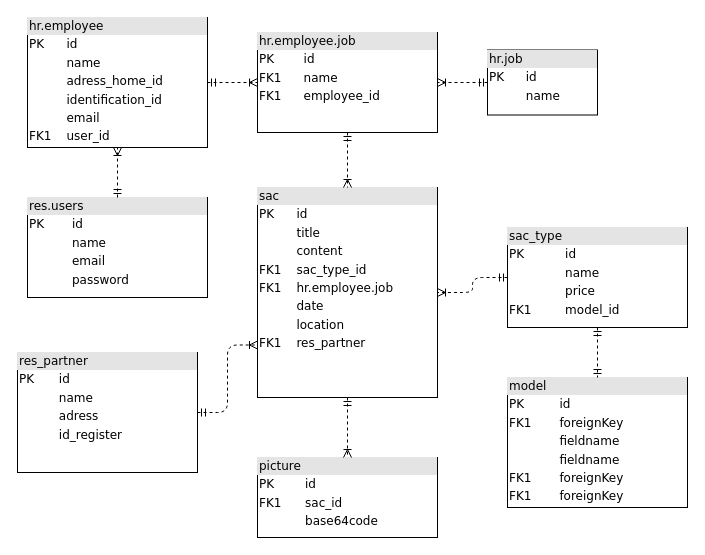
Above: Diagrams/odoo_db.drawio in 16050/sac_mobile (draw.io), before the change. Source tidied: cells renumbered, new cells numbered last; positions are measured from the earlier drawing's top-left corner, leaving out a move shared by most shapes. Both pictures are drawn from the tidied source at 100%, with x=0, y=0 at pixel (17, 17).
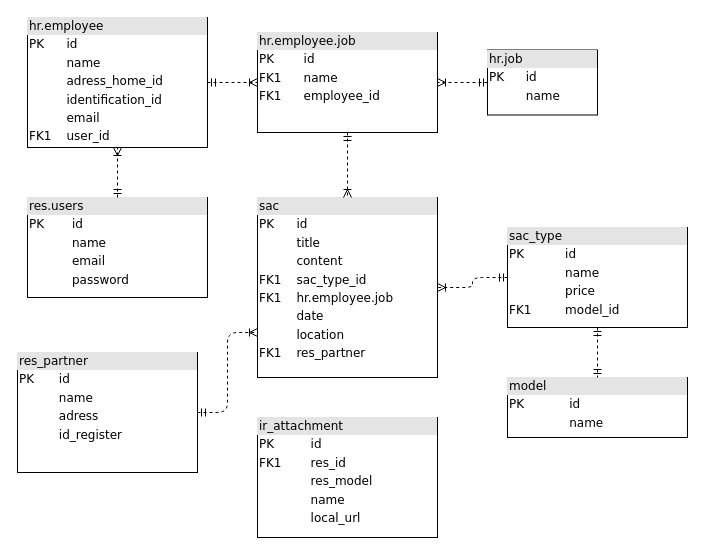
The same diagram, later.

Diff of the diagram source:
```diff
@@
 <mxGraphModel background="#ffffff">
   <root>
     <mxCell id="0" />
     <mxCell id="1" parent="0" />
-    <mxCell id="2" value="&lt;div style=&quot;box-sizing: border-box ; width: 100% ; background: #e4e4e4 ; padding: 2px&quot;&gt;model&lt;/div&gt;&lt;table style=&quot;width: 100% ; font-size: 1em&quot; cellspacing=&quot;0&quot; cellpadding=&quot;2&quot;&gt;&lt;tbody&gt;&lt;tr&gt;&lt;td&gt;PK&lt;/td&gt;&lt;td&gt;id&lt;/td&gt;&lt;/tr&gt;&lt;tr&gt;&lt;td&gt;FK1&lt;/td&gt;&lt;td&gt;foreignKey&lt;/td&gt;&lt;/tr&gt;&lt;tr&gt;&lt;td&gt;&lt;br&gt;&lt;/td&gt;&lt;td&gt;fieldname&lt;/td&gt;&lt;/tr&gt;&lt;tr&gt;&lt;td&gt;&lt;br&gt;&lt;/td&gt;&lt;td&gt;fieldname&lt;br&gt;&lt;/td&gt;&lt;/tr&gt;&lt;tr&gt;&lt;td&gt;FK1&lt;br&gt;&lt;/td&gt;&lt;td&gt;foreignKey&lt;br&gt;&lt;/td&gt;&lt;/tr&gt;&lt;tr&gt;&lt;td&gt;FK1&lt;br&gt;&lt;/td&gt;&lt;td&gt;foreignKey&lt;br&gt;&lt;/td&gt;&lt;/tr&gt;&lt;/tbody&gt;&lt;/table&gt;" style="verticalAlign=top;align=left;overflow=fill;html=1;rounded=0;shadow=0;comic=0;labelBackgroundColor=none;strokeWidth=1;fontFamily=Verdana;fontSize=12;" parent="1" vertex="1">
-      <mxGeometry x="490" y="360" width="180" height="130" as="geometry" />
+    <mxCell id="2" value="&lt;div style=&quot;box-sizing: border-box ; width: 100% ; background: #e4e4e4 ; padding: 2px&quot;&gt;model&lt;/div&gt;&lt;table style=&quot;width: 100% ; font-size: 1em&quot; cellspacing=&quot;0&quot; cellpadding=&quot;2&quot;&gt;&lt;tbody&gt;&lt;tr&gt;&lt;td&gt;PK&lt;/td&gt;&lt;td&gt;id&lt;/td&gt;&lt;/tr&gt;&lt;tr&gt;&lt;td&gt;&lt;br&gt;&lt;/td&gt;&lt;td&gt;name&lt;/td&gt;&lt;/tr&gt;&lt;tr&gt;&lt;td&gt;&lt;br&gt;&lt;/td&gt;&lt;td&gt;&lt;br&gt;&lt;/td&gt;&lt;/tr&gt;&lt;tr&gt;&lt;td&gt;&lt;br&gt;&lt;/td&gt;&lt;td&gt;&lt;br&gt;&lt;/td&gt;&lt;/tr&gt;&lt;tr&gt;&lt;td&gt;&lt;br&gt;&lt;/td&gt;&lt;td&gt;&lt;br&gt;&lt;/td&gt;&lt;/tr&gt;&lt;tr&gt;&lt;td&gt;&lt;br&gt;&lt;/td&gt;&lt;td&gt;&lt;br&gt;&lt;/td&gt;&lt;/tr&gt;&lt;/tbody&gt;&lt;/table&gt;" style="verticalAlign=top;align=left;overflow=fill;html=1;rounded=0;shadow=0;comic=0;labelBackgroundColor=none;strokeWidth=1;fontFamily=Verdana;fontSize=12;" parent="1" vertex="1">
+      <mxGeometry x="490" y="360" width="180" height="60" as="geometry" />
     </mxCell>
     <mxCell id="3" value="&lt;div style=&quot;box-sizing: border-box ; width: 100% ; background: #e4e4e4 ; padding: 2px&quot;&gt;res_partner&lt;/div&gt;&lt;table style=&quot;width: 100% ; font-size: 1em&quot; cellspacing=&quot;0&quot; cellpadding=&quot;2&quot;&gt;&lt;tbody&gt;&lt;tr&gt;&lt;td&gt;PK&lt;/td&gt;&lt;td&gt;id&lt;/td&gt;&lt;/tr&gt;&lt;tr&gt;&lt;td&gt;&lt;br&gt;&lt;/td&gt;&lt;td&gt;name&lt;/td&gt;&lt;/tr&gt;&lt;tr&gt;&lt;td&gt;&lt;br&gt;&lt;/td&gt;&lt;td&gt;adress&lt;/td&gt;&lt;/tr&gt;&lt;tr&gt;&lt;td&gt;&lt;br&gt;&lt;/td&gt;&lt;td&gt;id_register&lt;br&gt;&lt;/td&gt;&lt;/tr&gt;&lt;tr&gt;&lt;td&gt;&lt;br&gt;&lt;/td&gt;&lt;td&gt;&lt;br&gt;&lt;/td&gt;&lt;/tr&gt;&lt;tr&gt;&lt;td&gt;&lt;br&gt;&lt;/td&gt;&lt;td&gt;&lt;br&gt;&lt;/td&gt;&lt;/tr&gt;&lt;tr&gt;&lt;td&gt;&lt;br&gt;&lt;/td&gt;&lt;td&gt;&lt;br&gt;&lt;/td&gt;&lt;/tr&gt;&lt;tr&gt;&lt;td&gt;&lt;br&gt;&lt;/td&gt;&lt;td&gt;&lt;br&gt;&lt;/td&gt;&lt;/tr&gt;&lt;tr&gt;&lt;td&gt;&lt;br&gt;&lt;/td&gt;&lt;td&gt;&lt;br&gt;&lt;/td&gt;&lt;/tr&gt;&lt;tr&gt;&lt;td&gt;&lt;br&gt;&lt;/td&gt;&lt;td&gt;&lt;br&gt;&lt;/td&gt;&lt;/tr&gt;&lt;tr&gt;&lt;td&gt;&lt;br&gt;&lt;/td&gt;&lt;td&gt;&lt;br&gt;&lt;/td&gt;&lt;/tr&gt;&lt;tr&gt;&lt;td&gt;&lt;br&gt;&lt;/td&gt;&lt;td&gt;&lt;br&gt;&lt;/td&gt;&lt;/tr&gt;&lt;tr&gt;&lt;td&gt;&lt;br&gt;&lt;/td&gt;&lt;td&gt;&lt;br&gt;&lt;/td&gt;&lt;/tr&gt;&lt;tr&gt;&lt;td&gt;&lt;br&gt;&lt;/td&gt;&lt;td&gt;&lt;br&gt;&lt;/td&gt;&lt;/tr&gt;&lt;tr&gt;&lt;td&gt;&lt;br&gt;&lt;/td&gt;&lt;td&gt;&lt;br&gt;&lt;/td&gt;&lt;/tr&gt;&lt;tr&gt;&lt;td&gt;&lt;br&gt;&lt;/td&gt;&lt;td&gt;&lt;br&gt;&lt;/td&gt;&lt;/tr&gt;&lt;tr&gt;&lt;td&gt;&lt;br&gt;&lt;/td&gt;&lt;td&gt;&lt;br&gt;&lt;/td&gt;&lt;/tr&gt;&lt;/tbody&gt;&lt;/table&gt;" style="verticalAlign=top;align=left;overflow=fill;html=1;rounded=0;shadow=0;comic=0;labelBackgroundColor=none;strokeWidth=1;fontFamily=Verdana;fontSize=12;" parent="1" vertex="1">
       <mxGeometry y="335" width="180" height="120" as="geometry" />
     </mxCell>
-    <mxCell id="4" value="&lt;div style=&quot;box-sizing: border-box ; width: 100% ; background: #e4e4e4 ; padding: 2px&quot;&gt;picture&lt;br&gt;&lt;/div&gt;&lt;table style=&quot;width: 100% ; font-size: 1em&quot; cellspacing=&quot;0&quot; cellpadding=&quot;2&quot;&gt;&lt;tbody&gt;&lt;tr&gt;&lt;td&gt;PK&lt;/td&gt;&lt;td&gt;id&lt;/td&gt;&lt;/tr&gt;&lt;tr&gt;&lt;td&gt;FK1&lt;/td&gt;&lt;td&gt;sac_id&lt;/td&gt;&lt;/tr&gt;&lt;tr&gt;&lt;td&gt;&lt;br&gt;&lt;/td&gt;&lt;td&gt;base64code&lt;/td&gt;&lt;/tr&gt;&lt;tr&gt;&lt;td&gt;&lt;br&gt;&lt;/td&gt;&lt;td&gt;&lt;br&gt;&lt;/td&gt;&lt;/tr&gt;&lt;tr&gt;&lt;td&gt;&lt;br&gt;&lt;/td&gt;&lt;td&gt;&lt;br&gt;&lt;/td&gt;&lt;/tr&gt;&lt;tr&gt;&lt;td&gt;&lt;br&gt;&lt;/td&gt;&lt;td&gt;&lt;br&gt;&lt;/td&gt;&lt;/tr&gt;&lt;/tbody&gt;&lt;/table&gt;" style="verticalAlign=top;align=left;overflow=fill;html=1;rounded=0;shadow=0;comic=0;labelBackgroundColor=none;strokeWidth=1;fontFamily=Verdana;fontSize=12;" parent="1" vertex="1">
-      <mxGeometry x="240" y="440" width="180" height="80" as="geometry" />
+    <mxCell id="4" value="&lt;div style=&quot;box-sizing: border-box ; width: 100% ; background: #e4e4e4 ; padding: 2px&quot;&gt;ir_attachment&lt;br&gt;&lt;/div&gt;&lt;table style=&quot;width: 100% ; font-size: 1em&quot; cellspacing=&quot;0&quot; cellpadding=&quot;2&quot;&gt;&lt;tbody&gt;&lt;tr&gt;&lt;td&gt;PK&lt;/td&gt;&lt;td&gt;id&lt;/td&gt;&lt;/tr&gt;&lt;tr&gt;&lt;td&gt;FK1&lt;/td&gt;&lt;td&gt;res_id&lt;/td&gt;&lt;/tr&gt;&lt;tr&gt;&lt;td&gt;&lt;br&gt;&lt;/td&gt;&lt;td&gt;res_model&lt;br&gt;&lt;/td&gt;&lt;/tr&gt;&lt;tr&gt;&lt;td&gt;&lt;br&gt;&lt;/td&gt;&lt;td&gt;name&lt;br&gt;&lt;/td&gt;&lt;/tr&gt;&lt;tr&gt;&lt;td&gt;&lt;br&gt;&lt;/td&gt;&lt;td&gt;local_url&lt;br&gt;&lt;/td&gt;&lt;/tr&gt;&lt;tr&gt;&lt;td&gt;&lt;br&gt;&lt;/td&gt;&lt;td&gt;&lt;br&gt;&lt;/td&gt;&lt;/tr&gt;&lt;/tbody&gt;&lt;/table&gt;" style="verticalAlign=top;align=left;overflow=fill;html=1;rounded=0;shadow=0;comic=0;labelBackgroundColor=none;strokeWidth=1;fontFamily=Verdana;fontSize=12;" parent="1" vertex="1">
+      <mxGeometry x="240" y="400" width="180" height="120" as="geometry" />
     </mxCell>
-    <mxCell id="5" style="edgeStyle=orthogonalEdgeStyle;html=1;dashed=1;labelBackgroundColor=none;startArrow=ERmandOne;endArrow=ERoneToMany;fontFamily=Verdana;fontSize=12;align=left;exitX=0.5;exitY=1;exitDx=0;exitDy=0;" parent="1" edge="1" source="6" target="4">
-      <mxGeometry relative="1" as="geometry" />
-    </mxCell>
     <mxCell id="6" value="&lt;div style=&quot;box-sizing: border-box ; width: 100% ; background: #e4e4e4 ; padding: 2px&quot;&gt;sac&lt;/div&gt;&lt;table style=&quot;width: 100% ; font-size: 1em&quot; cellspacing=&quot;0&quot; cellpadding=&quot;2&quot;&gt;&lt;tbody&gt;&lt;tr&gt;&lt;td&gt;PK&lt;/td&gt;&lt;td&gt;id&lt;/td&gt;&lt;/tr&gt;&lt;tr&gt;&lt;td&gt;&lt;br&gt;&lt;/td&gt;&lt;td&gt;title&lt;/td&gt;&lt;/tr&gt;&lt;tr&gt;&lt;td&gt;&lt;br&gt;&lt;/td&gt;&lt;td&gt;content&lt;br&gt;&lt;/td&gt;&lt;/tr&gt;&lt;tr&gt;&lt;td&gt;FK1&lt;br&gt;&lt;/td&gt;&lt;td&gt;sac_type_id&lt;br&gt;&lt;/td&gt;&lt;/tr&gt;&lt;tr&gt;&lt;td&gt;FK1&lt;/td&gt;&lt;td&gt;hr.employee.job&lt;br&gt;&lt;/td&gt;&lt;/tr&gt;&lt;tr&gt;&lt;td&gt;&lt;br&gt;&lt;/td&gt;&lt;td&gt;date&lt;br&gt;&lt;/td&gt;&lt;/tr&gt;&lt;tr&gt;&lt;td&gt;&lt;br&gt;&lt;/td&gt;&lt;td&gt;location&lt;br&gt;&lt;/td&gt;&lt;/tr&gt;&lt;tr&gt;&lt;td&gt;FK1&lt;br&gt;&lt;/td&gt;&lt;td&gt;res_partner&lt;br&gt;&lt;/td&gt;&lt;/tr&gt;&lt;tr&gt;&lt;td&gt;&lt;br&gt;&lt;/td&gt;&lt;td&gt;&lt;br&gt;&lt;/td&gt;&lt;/tr&gt;&lt;tr&gt;&lt;td&gt;&lt;br&gt;&lt;/td&gt;&lt;td&gt;&lt;br&gt;&lt;/td&gt;&lt;/tr&gt;&lt;tr&gt;&lt;td&gt;&lt;br&gt;&lt;/td&gt;&lt;td&gt;&lt;br&gt;&lt;/td&gt;&lt;/tr&gt;&lt;tr&gt;&lt;td&gt;&lt;br&gt;&lt;/td&gt;&lt;td&gt;&lt;br&gt;&lt;/td&gt;&lt;/tr&gt;&lt;tr&gt;&lt;td&gt;&lt;br&gt;&lt;/td&gt;&lt;td&gt;&lt;br&gt;&lt;/td&gt;&lt;/tr&gt;&lt;tr&gt;&lt;td&gt;&lt;br&gt;&lt;/td&gt;&lt;td&gt;&lt;br&gt;&lt;/td&gt;&lt;/tr&gt;&lt;tr&gt;&lt;td&gt;&lt;br&gt;&lt;/td&gt;&lt;td&gt;&lt;br&gt;&lt;/td&gt;&lt;/tr&gt;&lt;tr&gt;&lt;td&gt;&lt;br&gt;&lt;/td&gt;&lt;td&gt;&lt;br&gt;&lt;/td&gt;&lt;/tr&gt;&lt;tr&gt;&lt;td&gt;&lt;br&gt;&lt;/td&gt;&lt;td&gt;&lt;br&gt;&lt;/td&gt;&lt;/tr&gt;&lt;/tbody&gt;&lt;/table&gt;" style="verticalAlign=top;align=left;overflow=fill;html=1;rounded=0;shadow=0;comic=0;labelBackgroundColor=none;strokeWidth=1;fontFamily=Verdana;fontSize=12;" parent="1" vertex="1">
-      <mxGeometry x="240" y="170" width="180" height="210" as="geometry" />
+      <mxGeometry x="240" y="180" width="180" height="180" as="geometry" />
     </mxCell>
     <mxCell id="7" value="&lt;div style=&quot;box-sizing: border-box ; width: 100% ; background: #e4e4e4 ; padding: 2px&quot;&gt;sac_type&lt;/div&gt;&lt;table style=&quot;width: 100% ; font-size: 1em&quot; cellspacing=&quot;0&quot; cellpadding=&quot;2&quot;&gt;&lt;tbody&gt;&lt;tr&gt;&lt;td&gt;PK&lt;/td&gt;&lt;td&gt;id&lt;/td&gt;&lt;/tr&gt;&lt;tr&gt;&lt;td&gt;&lt;br&gt;&lt;/td&gt;&lt;td&gt;name&lt;/td&gt;&lt;/tr&gt;&lt;tr&gt;&lt;td&gt;&lt;br&gt;&lt;/td&gt;&lt;td&gt;price&lt;/td&gt;&lt;/tr&gt;&lt;tr&gt;&lt;td&gt;FK1&lt;br&gt;&lt;/td&gt;&lt;td&gt;model_id&lt;br&gt;&lt;/td&gt;&lt;/tr&gt;&lt;tr&gt;&lt;td&gt;&lt;br&gt;&lt;/td&gt;&lt;td&gt;&lt;br&gt;&lt;/td&gt;&lt;/tr&gt;&lt;tr&gt;&lt;td&gt;&lt;br&gt;&lt;/td&gt;&lt;td&gt;&lt;br&gt;&lt;/td&gt;&lt;/tr&gt;&lt;tr&gt;&lt;td&gt;&lt;br&gt;&lt;/td&gt;&lt;td&gt;&lt;br&gt;&lt;/td&gt;&lt;/tr&gt;&lt;tr&gt;&lt;td&gt;&lt;br&gt;&lt;/td&gt;&lt;td&gt;&lt;br&gt;&lt;/td&gt;&lt;/tr&gt;&lt;tr&gt;&lt;td&gt;&lt;br&gt;&lt;/td&gt;&lt;td&gt;&lt;br&gt;&lt;/td&gt;&lt;/tr&gt;&lt;tr&gt;&lt;td&gt;&lt;br&gt;&lt;/td&gt;&lt;td&gt;&lt;br&gt;&lt;/td&gt;&lt;/tr&gt;&lt;tr&gt;&lt;td&gt;&lt;br&gt;&lt;/td&gt;&lt;td&gt;&lt;br&gt;&lt;/td&gt;&lt;/tr&gt;&lt;tr&gt;&lt;td&gt;&lt;br&gt;&lt;/td&gt;&lt;td&gt;&lt;br&gt;&lt;/td&gt;&lt;/tr&gt;&lt;tr&gt;&lt;td&gt;&lt;br&gt;&lt;/td&gt;&lt;td&gt;&lt;br&gt;&lt;/td&gt;&lt;/tr&gt;&lt;tr&gt;&lt;td&gt;&lt;br&gt;&lt;/td&gt;&lt;td&gt;&lt;br&gt;&lt;/td&gt;&lt;/tr&gt;&lt;tr&gt;&lt;td&gt;&lt;br&gt;&lt;/td&gt;&lt;td&gt;&lt;br&gt;&lt;/td&gt;&lt;/tr&gt;&lt;tr&gt;&lt;td&gt;&lt;br&gt;&lt;/td&gt;&lt;td&gt;&lt;br&gt;&lt;/td&gt;&lt;/tr&gt;&lt;tr&gt;&lt;td&gt;&lt;br&gt;&lt;/td&gt;&lt;td&gt;&lt;br&gt;&lt;/td&gt;&lt;/tr&gt;&lt;/tbody&gt;&lt;/table&gt;" style="verticalAlign=top;align=left;overflow=fill;html=1;rounded=0;shadow=0;comic=0;labelBackgroundColor=none;strokeWidth=1;fontFamily=Verdana;fontSize=12;" parent="1" vertex="1">
       <mxGeometry x="490" y="210" width="180" height="100" as="geometry" />
     </mxCell>
     <mxCell id="8" value="&lt;div style=&quot;box-sizing: border-box ; width: 100% ; background: #e4e4e4 ; padding: 2px&quot;&gt;hr.employee&lt;/div&gt;&lt;table style=&quot;width: 100% ; font-size: 1em&quot; cellspacing=&quot;0&quot; cellpadding=&quot;2&quot;&gt;&lt;tbody&gt;&lt;tr&gt;&lt;td&gt;PK&lt;/td&gt;&lt;td&gt;id&lt;/td&gt;&lt;/tr&gt;&lt;tr&gt;&lt;td&gt;&lt;br&gt;&lt;/td&gt;&lt;td&gt;name&lt;/td&gt;&lt;/tr&gt;&lt;tr&gt;&lt;td&gt;&lt;br&gt;&lt;/td&gt;&lt;td&gt;adress_home_id&lt;/td&gt;&lt;/tr&gt;&lt;tr&gt;&lt;td&gt;&lt;br&gt;&lt;/td&gt;&lt;td&gt;identification_id&lt;br&gt;&lt;/td&gt;&lt;/tr&gt;&lt;tr&gt;&lt;td&gt;&lt;br&gt;&lt;/td&gt;&lt;td&gt;email&lt;br&gt;&lt;/td&gt;&lt;/tr&gt;&lt;tr&gt;&lt;td&gt;FK1&lt;br&gt;&lt;/td&gt;&lt;td&gt;user_id&lt;br&gt;&lt;/td&gt;&lt;/tr&gt;&lt;tr&gt;&lt;td&gt;&lt;br&gt;&lt;/td&gt;&lt;td&gt;&lt;br&gt;&lt;/td&gt;&lt;/tr&gt;&lt;tr&gt;&lt;td&gt;&lt;br&gt;&lt;/td&gt;&lt;td&gt;&lt;br&gt;&lt;/td&gt;&lt;/tr&gt;&lt;tr&gt;&lt;td&gt;&lt;br&gt;&lt;/td&gt;&lt;td&gt;&lt;br&gt;&lt;/td&gt;&lt;/tr&gt;&lt;tr&gt;&lt;td&gt;&lt;br&gt;&lt;/td&gt;&lt;td&gt;&lt;br&gt;&lt;/td&gt;&lt;/tr&gt;&lt;tr&gt;&lt;td&gt;&lt;br&gt;&lt;/td&gt;&lt;td&gt;&lt;br&gt;&lt;/td&gt;&lt;/tr&gt;&lt;tr&gt;&lt;td&gt;&lt;br&gt;&lt;/td&gt;&lt;td&gt;&lt;br&gt;&lt;/td&gt;&lt;/tr&gt;&lt;tr&gt;&lt;td&gt;&lt;br&gt;&lt;/td&gt;&lt;td&gt;&lt;br&gt;&lt;/td&gt;&lt;/tr&gt;&lt;tr&gt;&lt;td&gt;&lt;br&gt;&lt;/td&gt;&lt;td&gt;&lt;br&gt;&lt;/td&gt;&lt;/tr&gt;&lt;tr&gt;&lt;td&gt;&lt;br&gt;&lt;/td&gt;&lt;td&gt;&lt;br&gt;&lt;/td&gt;&lt;/tr&gt;&lt;tr&gt;&lt;td&gt;&lt;br&gt;&lt;/td&gt;&lt;td&gt;&lt;br&gt;&lt;/td&gt;&lt;/tr&gt;&lt;tr&gt;&lt;td&gt;&lt;br&gt;&lt;/td&gt;&lt;td&gt;&lt;br&gt;&lt;/td&gt;&lt;/tr&gt;&lt;/tbody&gt;&lt;/table&gt;" style="verticalAlign=top;align=left;overflow=fill;html=1;rounded=0;shadow=0;comic=0;labelBackgroundColor=none;strokeWidth=1;fontFamily=Verdana;fontSize=12;" parent="1" vertex="1">
       <mxGeometry x="10" width="180" height="130" as="geometry" />
     </mxCell>
     <mxCell id="9" style="edgeStyle=orthogonalEdgeStyle;html=1;dashed=1;labelBackgroundColor=none;startArrow=ERmandOne;endArrow=ERoneToMany;fontFamily=Verdana;fontSize=12;align=left;entryX=1;entryY=0.5;entryDx=0;entryDy=0;" parent="1" edge="1" source="7" target="6">
       <mxGeometry relative="1" as="geometry" />
     </mxCell>
     <mxCell id="10" style="edgeStyle=orthogonalEdgeStyle;html=1;dashed=1;labelBackgroundColor=none;startArrow=ERmandOne;endArrow=ERoneToMany;fontFamily=Verdana;fontSize=12;align=left;exitX=1;exitY=0.5;exitDx=0;exitDy=0;entryX=0;entryY=0.75;entryDx=0;entryDy=0;" parent="1" edge="1" source="3" target="6">
       <mxGeometry relative="1" as="geometry" />
     </mxCell>
     <mxCell id="11" style="edgeStyle=orthogonalEdgeStyle;html=1;dashed=1;labelBackgroundColor=none;startArrow=ERmandOne;endArrow=ERoneToMany;fontFamily=Verdana;fontSize=12;align=left;entryX=0.5;entryY=0;entryDx=0;entryDy=0;exitX=0.5;exitY=1;exitDx=0;exitDy=0;" parent="1" edge="1" source="12" target="6">
       <mxGeometry relative="1" as="geometry" />
     </mxCell>
     <mxCell id="12" value="&lt;div style=&quot;box-sizing: border-box ; width: 100% ; background: #e4e4e4 ; padding: 2px&quot;&gt;hr.employee.job&lt;/div&gt;&lt;table style=&quot;width: 100% ; font-size: 1em&quot; cellspacing=&quot;0&quot; cellpadding=&quot;2&quot;&gt;&lt;tbody&gt;&lt;tr&gt;&lt;td&gt;PK&lt;/td&gt;&lt;td&gt;id&lt;/td&gt;&lt;/tr&gt;&lt;tr&gt;&lt;td&gt;FK1&lt;br&gt;&lt;/td&gt;&lt;td&gt;name&lt;/td&gt;&lt;/tr&gt;&lt;tr&gt;&lt;td&gt;FK1&lt;/td&gt;&lt;td&gt;employee_id&lt;/td&gt;&lt;/tr&gt;&lt;tr&gt;&lt;td&gt;&lt;br&gt;&lt;/td&gt;&lt;td&gt;&lt;br&gt;&lt;/td&gt;&lt;/tr&gt;&lt;tr&gt;&lt;td&gt;&lt;br&gt;&lt;/td&gt;&lt;td&gt;&lt;br&gt;&lt;/td&gt;&lt;/tr&gt;&lt;tr&gt;&lt;td&gt;&lt;br&gt;&lt;/td&gt;&lt;td&gt;&lt;br&gt;&lt;/td&gt;&lt;/tr&gt;&lt;tr&gt;&lt;td&gt;&lt;br&gt;&lt;/td&gt;&lt;td&gt;&lt;br&gt;&lt;/td&gt;&lt;/tr&gt;&lt;tr&gt;&lt;td&gt;&lt;br&gt;&lt;/td&gt;&lt;td&gt;&lt;br&gt;&lt;/td&gt;&lt;/tr&gt;&lt;tr&gt;&lt;td&gt;&lt;br&gt;&lt;/td&gt;&lt;td&gt;&lt;br&gt;&lt;/td&gt;&lt;/tr&gt;&lt;tr&gt;&lt;td&gt;&lt;br&gt;&lt;/td&gt;&lt;td&gt;&lt;br&gt;&lt;/td&gt;&lt;/tr&gt;&lt;tr&gt;&lt;td&gt;&lt;br&gt;&lt;/td&gt;&lt;td&gt;&lt;br&gt;&lt;/td&gt;&lt;/tr&gt;&lt;tr&gt;&lt;td&gt;&lt;br&gt;&lt;/td&gt;&lt;td&gt;&lt;br&gt;&lt;/td&gt;&lt;/tr&gt;&lt;tr&gt;&lt;td&gt;&lt;br&gt;&lt;/td&gt;&lt;td&gt;&lt;br&gt;&lt;/td&gt;&lt;/tr&gt;&lt;tr&gt;&lt;td&gt;&lt;br&gt;&lt;/td&gt;&lt;td&gt;&lt;br&gt;&lt;/td&gt;&lt;/tr&gt;&lt;tr&gt;&lt;td&gt;&lt;br&gt;&lt;/td&gt;&lt;td&gt;&lt;br&gt;&lt;/td&gt;&lt;/tr&gt;&lt;tr&gt;&lt;td&gt;&lt;br&gt;&lt;/td&gt;&lt;td&gt;&lt;br&gt;&lt;/td&gt;&lt;/tr&gt;&lt;tr&gt;&lt;td&gt;&lt;br&gt;&lt;/td&gt;&lt;td&gt;&lt;br&gt;&lt;/td&gt;&lt;/tr&gt;&lt;/tbody&gt;&lt;/table&gt;" style="verticalAlign=top;align=left;overflow=fill;html=1;rounded=0;shadow=0;comic=0;labelBackgroundColor=none;strokeWidth=1;fontFamily=Verdana;fontSize=12;" parent="1" vertex="1">
       <mxGeometry x="240" y="15" width="180" height="100" as="geometry" />
     </mxCell>
     <mxCell id="13" value="&lt;div style=&quot;box-sizing: border-box ; width: 100% ; background: #e4e4e4 ; padding: 2px&quot;&gt;hr.job&lt;/div&gt;&lt;table style=&quot;width: 100% ; font-size: 1em&quot; cellspacing=&quot;0&quot; cellpadding=&quot;2&quot;&gt;&lt;tbody&gt;&lt;tr&gt;&lt;td&gt;PK&lt;/td&gt;&lt;td&gt;id&lt;/td&gt;&lt;/tr&gt;&lt;tr&gt;&lt;td&gt;&lt;br&gt;&lt;/td&gt;&lt;td&gt;name&lt;/td&gt;&lt;/tr&gt;&lt;tr&gt;&lt;td&gt;&lt;br&gt;&lt;/td&gt;&lt;td&gt;&lt;br&gt;&lt;/td&gt;&lt;/tr&gt;&lt;tr&gt;&lt;td&gt;&lt;br&gt;&lt;/td&gt;&lt;td&gt;&lt;br&gt;&lt;/td&gt;&lt;/tr&gt;&lt;tr&gt;&lt;td&gt;&lt;br&gt;&lt;/td&gt;&lt;td&gt;&lt;br&gt;&lt;/td&gt;&lt;/tr&gt;&lt;tr&gt;&lt;td&gt;&lt;br&gt;&lt;/td&gt;&lt;td&gt;&lt;br&gt;&lt;/td&gt;&lt;/tr&gt;&lt;tr&gt;&lt;td&gt;&lt;br&gt;&lt;/td&gt;&lt;td&gt;&lt;br&gt;&lt;/td&gt;&lt;/tr&gt;&lt;tr&gt;&lt;td&gt;&lt;br&gt;&lt;/td&gt;&lt;td&gt;&lt;br&gt;&lt;/td&gt;&lt;/tr&gt;&lt;tr&gt;&lt;td&gt;&lt;br&gt;&lt;/td&gt;&lt;td&gt;&lt;br&gt;&lt;/td&gt;&lt;/tr&gt;&lt;tr&gt;&lt;td&gt;&lt;br&gt;&lt;/td&gt;&lt;td&gt;&lt;br&gt;&lt;/td&gt;&lt;/tr&gt;&lt;tr&gt;&lt;td&gt;&lt;br&gt;&lt;/td&gt;&lt;td&gt;&lt;br&gt;&lt;/td&gt;&lt;/tr&gt;&lt;tr&gt;&lt;td&gt;&lt;br&gt;&lt;/td&gt;&lt;td&gt;&lt;br&gt;&lt;/td&gt;&lt;/tr&gt;&lt;tr&gt;&lt;td&gt;&lt;br&gt;&lt;/td&gt;&lt;td&gt;&lt;br&gt;&lt;/td&gt;&lt;/tr&gt;&lt;tr&gt;&lt;td&gt;&lt;br&gt;&lt;/td&gt;&lt;td&gt;&lt;br&gt;&lt;/td&gt;&lt;/tr&gt;&lt;tr&gt;&lt;td&gt;&lt;br&gt;&lt;/td&gt;&lt;td&gt;&lt;br&gt;&lt;/td&gt;&lt;/tr&gt;&lt;tr&gt;&lt;td&gt;&lt;br&gt;&lt;/td&gt;&lt;td&gt;&lt;br&gt;&lt;/td&gt;&lt;/tr&gt;&lt;tr&gt;&lt;td&gt;&lt;br&gt;&lt;/td&gt;&lt;td&gt;&lt;br&gt;&lt;/td&gt;&lt;/tr&gt;&lt;/tbody&gt;&lt;/table&gt;" style="verticalAlign=top;align=left;overflow=fill;html=1;rounded=0;shadow=0;comic=0;labelBackgroundColor=none;strokeWidth=1;fontFamily=Verdana;fontSize=12;" parent="1" vertex="1">
       <mxGeometry x="470" y="32.5" width="110" height="65" as="geometry" />
     </mxCell>
     <mxCell id="14" style="edgeStyle=orthogonalEdgeStyle;html=1;dashed=1;labelBackgroundColor=none;startArrow=ERmandOne;endArrow=ERoneToMany;fontFamily=Verdana;fontSize=12;align=left;exitX=1;exitY=0.5;exitDx=0;exitDy=0;entryX=0;entryY=0.5;entryDx=0;entryDy=0;" parent="1" edge="1" source="8" target="12">
       <mxGeometry relative="1" as="geometry" />
     </mxCell>
     <mxCell id="15" style="edgeStyle=orthogonalEdgeStyle;html=1;dashed=1;labelBackgroundColor=none;startArrow=ERmandOne;endArrow=ERoneToMany;fontFamily=Verdana;fontSize=12;align=left;exitX=0;exitY=0.5;exitDx=0;exitDy=0;entryX=1;entryY=0.5;entryDx=0;entryDy=0;" parent="1" edge="1" source="13" target="12">
       <mxGeometry relative="1" as="geometry" />
     </mxCell>
     <mxCell id="16" style="edgeStyle=orthogonalEdgeStyle;html=1;dashed=1;labelBackgroundColor=none;startArrow=ERmandOne;endArrow=ERmandOne;fontFamily=Verdana;fontSize=12;align=left;exitX=0.5;exitY=1;exitDx=0;exitDy=0;entryX=0.5;entryY=0;entryDx=0;entryDy=0;endFill=0;" parent="1" edge="1" source="7" target="2">
       <mxGeometry relative="1" as="geometry" />
     </mxCell>
     <mxCell id="17" value="&lt;div style=&quot;box-sizing: border-box ; width: 100% ; background: #e4e4e4 ; padding: 2px&quot;&gt;res.users&lt;/div&gt;&lt;table style=&quot;width: 100% ; font-size: 1em&quot; cellspacing=&quot;0&quot; cellpadding=&quot;2&quot;&gt;&lt;tbody&gt;&lt;tr&gt;&lt;td&gt;PK&lt;/td&gt;&lt;td&gt;id&lt;/td&gt;&lt;/tr&gt;&lt;tr&gt;&lt;td&gt;&lt;br&gt;&lt;/td&gt;&lt;td&gt;name&lt;/td&gt;&lt;/tr&gt;&lt;tr&gt;&lt;td&gt;&lt;br&gt;&lt;/td&gt;&lt;td&gt;email&lt;/td&gt;&lt;/tr&gt;&lt;tr&gt;&lt;td&gt;&lt;br&gt;&lt;/td&gt;&lt;td&gt;password&lt;br&gt;&lt;/td&gt;&lt;/tr&gt;&lt;tr&gt;&lt;td&gt;&lt;br&gt;&lt;/td&gt;&lt;td&gt;&lt;br&gt;&lt;/td&gt;&lt;/tr&gt;&lt;tr&gt;&lt;td&gt;&lt;br&gt;&lt;/td&gt;&lt;td&gt;&lt;br&gt;&lt;/td&gt;&lt;/tr&gt;&lt;tr&gt;&lt;td&gt;&lt;br&gt;&lt;/td&gt;&lt;td&gt;&lt;br&gt;&lt;/td&gt;&lt;/tr&gt;&lt;tr&gt;&lt;td&gt;&lt;br&gt;&lt;/td&gt;&lt;td&gt;&lt;br&gt;&lt;/td&gt;&lt;/tr&gt;&lt;tr&gt;&lt;td&gt;&lt;br&gt;&lt;/td&gt;&lt;td&gt;&lt;br&gt;&lt;/td&gt;&lt;/tr&gt;&lt;tr&gt;&lt;td&gt;&lt;br&gt;&lt;/td&gt;&lt;td&gt;&lt;br&gt;&lt;/td&gt;&lt;/tr&gt;&lt;tr&gt;&lt;td&gt;&lt;br&gt;&lt;/td&gt;&lt;td&gt;&lt;br&gt;&lt;/td&gt;&lt;/tr&gt;&lt;tr&gt;&lt;td&gt;&lt;br&gt;&lt;/td&gt;&lt;td&gt;&lt;br&gt;&lt;/td&gt;&lt;/tr&gt;&lt;tr&gt;&lt;td&gt;&lt;br&gt;&lt;/td&gt;&lt;td&gt;&lt;br&gt;&lt;/td&gt;&lt;/tr&gt;&lt;tr&gt;&lt;td&gt;&lt;br&gt;&lt;/td&gt;&lt;td&gt;&lt;br&gt;&lt;/td&gt;&lt;/tr&gt;&lt;tr&gt;&lt;td&gt;&lt;br&gt;&lt;/td&gt;&lt;td&gt;&lt;br&gt;&lt;/td&gt;&lt;/tr&gt;&lt;tr&gt;&lt;td&gt;&lt;br&gt;&lt;/td&gt;&lt;td&gt;&lt;br&gt;&lt;/td&gt;&lt;/tr&gt;&lt;tr&gt;&lt;td&gt;&lt;br&gt;&lt;/td&gt;&lt;td&gt;&lt;br&gt;&lt;/td&gt;&lt;/tr&gt;&lt;/tbody&gt;&lt;/table&gt;" style="verticalAlign=top;align=left;overflow=fill;html=1;rounded=0;shadow=0;comic=0;labelBackgroundColor=none;strokeWidth=1;fontFamily=Verdana;fontSize=12;" parent="1" vertex="1">
       <mxGeometry x="10" y="180" width="180" height="100" as="geometry" />
     </mxCell>
     <mxCell id="18" style="edgeStyle=orthogonalEdgeStyle;html=1;dashed=1;labelBackgroundColor=none;startArrow=ERmandOne;endArrow=ERoneToMany;fontFamily=Verdana;fontSize=12;align=left;exitX=0.5;exitY=0;exitDx=0;exitDy=0;entryX=0.5;entryY=1;entryDx=0;entryDy=0;" parent="1" edge="1" source="17" target="8">
       <mxGeometry relative="1" as="geometry" />
     </mxCell>
   </root>
 </mxGraphModel>
```
